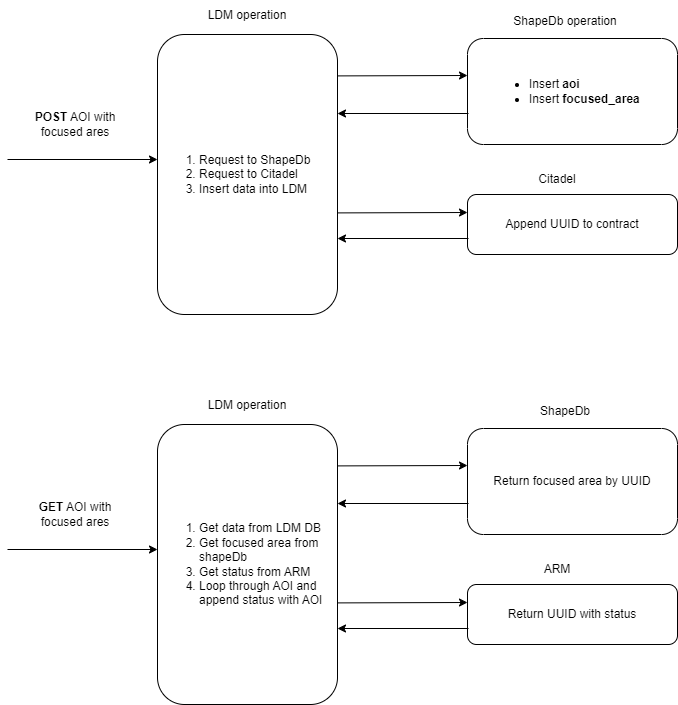
The draw.io diagram Untitled Diagram.drawio.png in arif2009/diagram, before a commit. Source tidied: cells renumbered, new cells last; positions are measured from the earlier drawing's top-left corner, leaving out a move shared by most shapes.
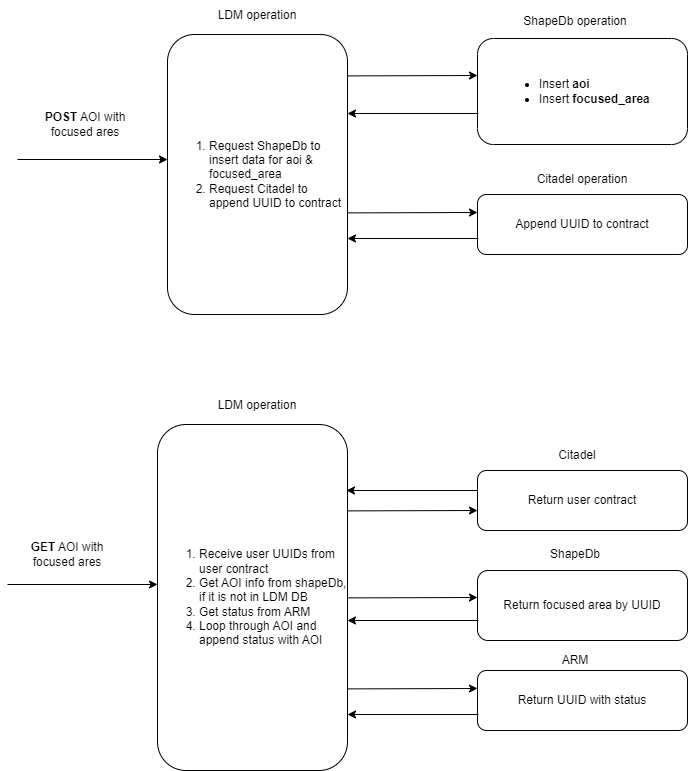
After the commit.

What changed in the source:
```diff
@@ -23,7 +23,7 @@
     <mxCell id="7" value="&lt;ul&gt;&lt;li&gt;Insert &lt;b&gt;aoi&lt;/b&gt;&lt;/li&gt;&lt;li&gt;Insert &lt;b&gt;focused_area&lt;/b&gt;&lt;/li&gt;&lt;/ul&gt;" style="text;html=1;strokeColor=none;fillColor=none;align=left;verticalAlign=middle;whiteSpace=wrap;rounded=0;" parent="1" vertex="1">
       <mxGeometry x="480" y="56" width="160" height="70" as="geometry" />
     </mxCell>
-    <mxCell id="8" value="&lt;ol&gt;&lt;li&gt;&lt;span style=&quot;background-color: initial;&quot;&gt;Request to ShapeDb&amp;nbsp;&lt;/span&gt;&lt;/li&gt;&lt;li&gt;&lt;span style=&quot;background-color: initial;&quot;&gt;Request to Citadel&lt;/span&gt;&lt;/li&gt;&lt;li&gt;&lt;span style=&quot;background-color: initial;&quot;&gt;Insert data into LDM&lt;/span&gt;&lt;/li&gt;&lt;/ol&gt;" style="rounded=1;whiteSpace=wrap;html=1;align=left;" parent="1" vertex="1">
+    <mxCell id="8" value="&lt;ol&gt;&lt;li&gt;&lt;span style=&quot;background-color: initial;&quot;&gt;Request ShapeDb to insert data for aoi &amp;amp; focused_area&amp;nbsp;&lt;/span&gt;&lt;/li&gt;&lt;li&gt;&lt;span style=&quot;background-color: initial;&quot;&gt;Request Citadel to append UUID to contract&lt;/span&gt;&lt;/li&gt;&lt;/ol&gt;" style="rounded=1;whiteSpace=wrap;html=1;align=left;" parent="1" vertex="1">
       <mxGeometry x="150" y="34" width="180" height="280" as="geometry" />
     </mxCell>
     <mxCell id="9" style="endArrow=classic;html=1;rounded=0;exitX=1.012;exitY=0.115;exitDx=0;exitDy=0;exitPerimeter=0;" parent="1" edge="1">
@@ -35,8 +35,8 @@
     <mxCell id="10" value="Append UUID to contract" style="rounded=1;whiteSpace=wrap;html=1;" parent="1" vertex="1">
       <mxGeometry x="460" y="194" width="210" height="60" as="geometry" />
     </mxCell>
-    <mxCell id="11" value="Citadel" style="text;html=1;strokeColor=none;fillColor=none;align=center;verticalAlign=middle;whiteSpace=wrap;rounded=0;" parent="1" vertex="1">
-      <mxGeometry x="520" y="164" width="60" height="30" as="geometry" />
+    <mxCell id="11" value="Citadel operation" style="text;html=1;strokeColor=none;fillColor=none;align=center;verticalAlign=middle;whiteSpace=wrap;rounded=0;" parent="1" vertex="1">
+      <mxGeometry x="515" y="164" width="100" height="30" as="geometry" />
     </mxCell>
     <mxCell id="12" style="endArrow=classic;html=1;rounded=0;exitX=1.012;exitY=0.115;exitDx=0;exitDy=0;exitPerimeter=0;" parent="1" edge="1">
       <mxGeometry relative="1" as="geometry">
@@ -58,54 +58,72 @@
     </mxCell>
     <mxCell id="15" style="endArrow=classic;html=1;rounded=0;entryX=0;entryY=0.5;entryDx=0;entryDy=0;" parent="1" edge="1">
       <mxGeometry relative="1" as="geometry">
-        <mxPoint y="549" as="sourcePoint" />
-        <mxPoint x="150" y="549" as="targetPoint" />
+        <mxPoint x="-10" y="584" as="sourcePoint" />
+        <mxPoint x="140" y="584" as="targetPoint" />
       </mxGeometry>
     </mxCell>
     <mxCell id="16" value="&lt;b&gt;GET&lt;/b&gt; AOI with focused ares" style="text;html=1;strokeColor=none;fillColor=none;align=center;verticalAlign=middle;whiteSpace=wrap;rounded=0;" parent="1" vertex="1">
-      <mxGeometry x="18" y="494" width="100" height="40" as="geometry" />
+      <mxGeometry y="534" width="100" height="40" as="geometry" />
     </mxCell>
     <mxCell id="17" value="LDM operation" style="text;html=1;strokeColor=none;fillColor=none;align=center;verticalAlign=middle;whiteSpace=wrap;rounded=0;" parent="1" vertex="1">
       <mxGeometry x="190" y="390" width="100" height="30" as="geometry" />
     </mxCell>
     <mxCell id="18" value="Return focused area by UUID" style="rounded=1;whiteSpace=wrap;html=1;" parent="1" vertex="1">
-      <mxGeometry x="460" y="428" width="210" height="106" as="geometry" />
+      <mxGeometry x="460" y="570" width="210" height="70" as="geometry" />
     </mxCell>
     <mxCell id="19" value="ShapeDb" style="text;html=1;strokeColor=none;fillColor=none;align=center;verticalAlign=middle;whiteSpace=wrap;rounded=0;" parent="1" vertex="1">
-      <mxGeometry x="488" y="396" width="140" height="30" as="geometry" />
+      <mxGeometry x="488" y="539" width="140" height="30" as="geometry" />
     </mxCell>
-    <mxCell id="20" value="&lt;ol&gt;&lt;li&gt;Get data from LDM DB&lt;/li&gt;&lt;li&gt;Get focused area from shapeDb&lt;/li&gt;&lt;li&gt;Get status from ARM&lt;/li&gt;&lt;li&gt;Loop through AOI and append status with AOI&amp;nbsp;&lt;/li&gt;&lt;/ol&gt;" style="rounded=1;whiteSpace=wrap;html=1;align=left;" parent="1" vertex="1">
-      <mxGeometry x="150" y="424" width="180" height="280" as="geometry" />
+    <mxCell id="20" value="&lt;ol&gt;&lt;li&gt;Receive user UUIDs from user contract&lt;/li&gt;&lt;li&gt;Get AOI info from shapeDb, if it is not in LDM DB&lt;/li&gt;&lt;li&gt;Get status from ARM&lt;/li&gt;&lt;li&gt;Loop through AOI and append status with AOI&amp;nbsp;&lt;/li&gt;&lt;/ol&gt;" style="rounded=1;whiteSpace=wrap;html=1;align=left;" parent="1" vertex="1">
+      <mxGeometry x="140" y="424" width="190" height="346" as="geometry" />
     </mxCell>
     <mxCell id="21" style="endArrow=classic;html=1;rounded=0;exitX=1.012;exitY=0.115;exitDx=0;exitDy=0;exitPerimeter=0;" parent="1" edge="1">
       <mxGeometry relative="1" as="geometry">
-        <mxPoint x="330.2" y="465.4" as="sourcePoint" />
-        <mxPoint x="460" y="465" as="targetPoint" />
+        <mxPoint x="330.2" y="597.4" as="sourcePoint" />
+        <mxPoint x="460" y="597" as="targetPoint" />
       </mxGeometry>
     </mxCell>
     <mxCell id="22" value="Return UUID with status" style="rounded=1;whiteSpace=wrap;html=1;" parent="1" vertex="1">
-      <mxGeometry x="460" y="584" width="210" height="60" as="geometry" />
+      <mxGeometry x="460" y="670" width="210" height="60" as="geometry" />
     </mxCell>
     <mxCell id="23" value="ARM" style="text;html=1;strokeColor=none;fillColor=none;align=center;verticalAlign=middle;whiteSpace=wrap;rounded=0;" parent="1" vertex="1">
-      <mxGeometry x="520" y="554" width="60" height="30" as="geometry" />
+      <mxGeometry x="528" y="645" width="60" height="30" as="geometry" />
     </mxCell>
     <mxCell id="24" style="endArrow=classic;html=1;rounded=0;exitX=1.012;exitY=0.115;exitDx=0;exitDy=0;exitPerimeter=0;" parent="1" edge="1">
       <mxGeometry relative="1" as="geometry">
-        <mxPoint x="330.2" y="602.4" as="sourcePoint" />
-        <mxPoint x="460" y="602" as="targetPoint" />
+        <mxPoint x="330.2" y="688.4" as="sourcePoint" />
+        <mxPoint x="460" y="688" as="targetPoint" />
       </mxGeometry>
     </mxCell>
     <mxCell id="25" style="edgeStyle=orthogonalEdgeStyle;rounded=0;orthogonalLoop=1;jettySize=auto;html=1;exitX=0;exitY=0.75;exitDx=0;exitDy=0;entryX=0.997;entryY=0.233;entryDx=0;entryDy=0;entryPerimeter=0;" parent="1" edge="1">
       <mxGeometry relative="1" as="geometry">
-        <mxPoint x="461" y="628" as="sourcePoint" />
-        <mxPoint x="330" y="628" as="targetPoint" />
+        <mxPoint x="461" y="714" as="sourcePoint" />
+        <mxPoint x="330" y="714" as="targetPoint" />
       </mxGeometry>
     </mxCell>
     <mxCell id="26" style="edgeStyle=orthogonalEdgeStyle;rounded=0;orthogonalLoop=1;jettySize=auto;html=1;exitX=0;exitY=0.75;exitDx=0;exitDy=0;entryX=0.997;entryY=0.233;entryDx=0;entryDy=0;entryPerimeter=0;" parent="1" edge="1">
       <mxGeometry relative="1" as="geometry">
-        <mxPoint x="461" y="503" as="sourcePoint" />
-        <mxPoint x="330" y="503" as="targetPoint" />
+        <mxPoint x="460" y="490" as="sourcePoint" />
+        <mxPoint x="329" y="490" as="targetPoint" />
       </mxGeometry>
     </mxCell>
+    <mxCell id="27" value="Return user contract" style="rounded=1;whiteSpace=wrap;html=1;" parent="1" vertex="1">
+      <mxGeometry x="460" y="470" width="210" height="60" as="geometry" />
+    </mxCell>
+    <mxCell id="28" style="endArrow=classic;html=1;rounded=0;exitX=1.012;exitY=0.115;exitDx=0;exitDy=0;exitPerimeter=0;" parent="1" edge="1">
+      <mxGeometry relative="1" as="geometry">
+        <mxPoint x="330.2" y="510.4" as="sourcePoint" />
+        <mxPoint x="460" y="510" as="targetPoint" />
+      </mxGeometry>
+    </mxCell>
+    <mxCell id="29" style="edgeStyle=orthogonalEdgeStyle;rounded=0;orthogonalLoop=1;jettySize=auto;html=1;exitX=0;exitY=0.75;exitDx=0;exitDy=0;entryX=0.997;entryY=0.233;entryDx=0;entryDy=0;entryPerimeter=0;" parent="1" edge="1">
+      <mxGeometry relative="1" as="geometry">
+        <mxPoint x="461" y="620" as="sourcePoint" />
+        <mxPoint x="330" y="620" as="targetPoint" />
+      </mxGeometry>
+    </mxCell>
+    <mxCell id="30" value="Citadel" style="text;html=1;strokeColor=none;fillColor=none;align=center;verticalAlign=middle;whiteSpace=wrap;rounded=0;" parent="1" vertex="1">
+      <mxGeometry x="530" y="440" width="60" height="30" as="geometry" />
+    </mxCell>
   </root>
 </mxGraphModel>
```
